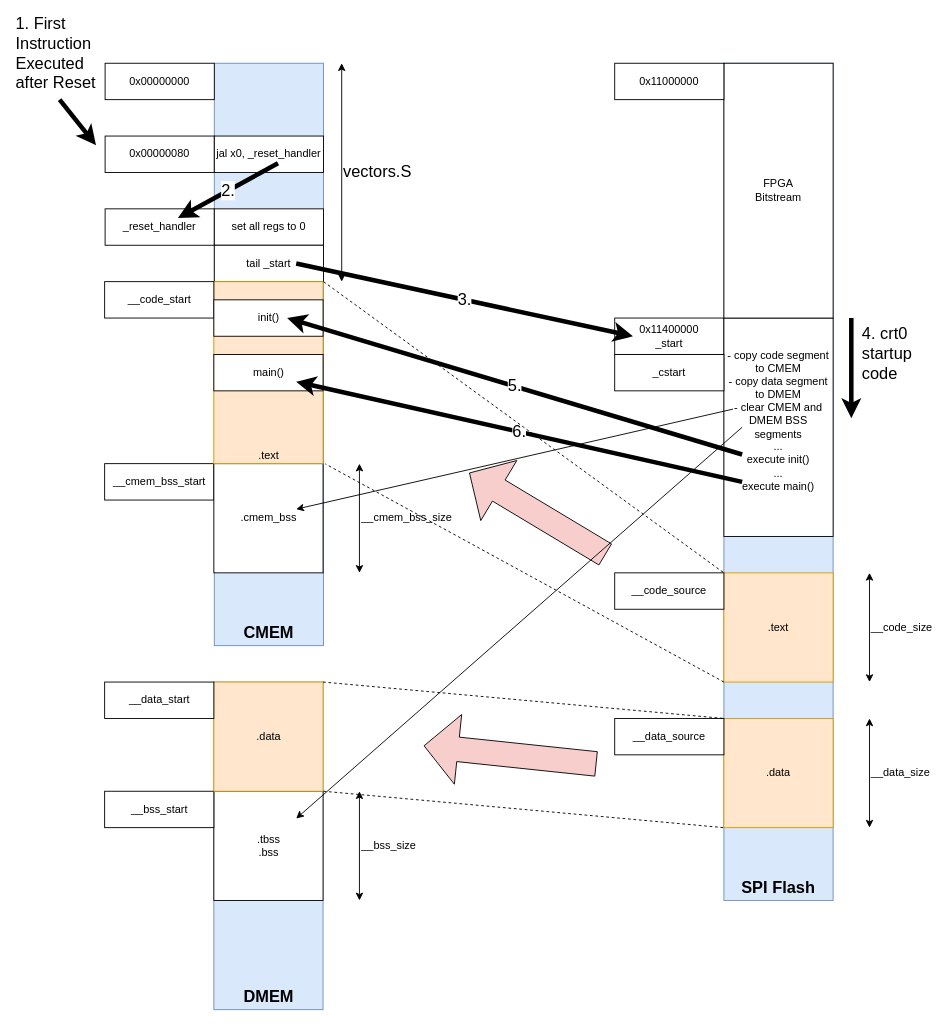
Before: docs/assets/spiflash_boot_sequence.drawio in epsilon537/boxlambda, a draw.io diagram. Source tidied: cells renumbered, new cells numbered last; positions are measured from the earlier drawing's top-left corner, leaving out a move shared by most shapes. Both pictures are drawn from the tidied source at 91%, with x=0, y=0 at pixel (59, 63).
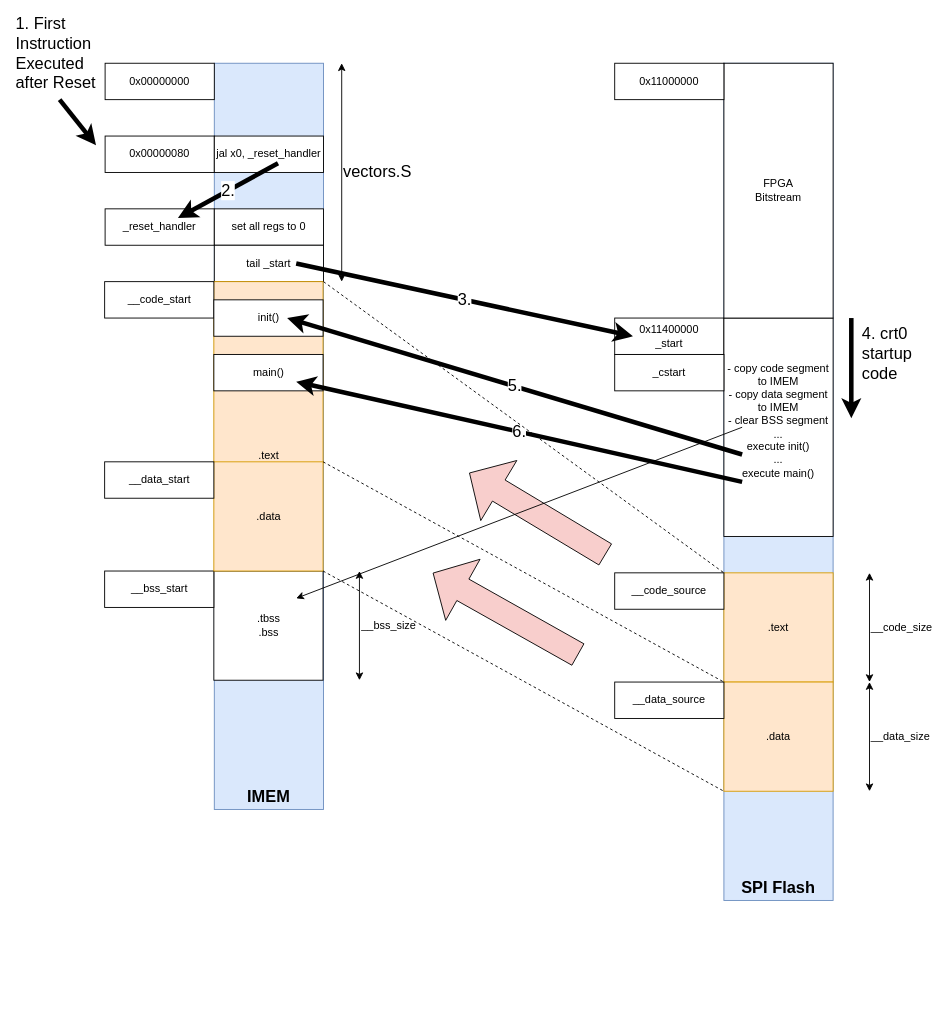
Above is the later version.

Unchanged cells that the change refers to:
```xml
<mxCell id="15" value=".text" style="rounded=0;whiteSpace=wrap;html=1;fillColor=#ffe6cc;strokeColor=#d79b00;" parent="1" vertex="1">
  <mxGeometry x="730" y="560" width="120" height="120" as="geometry" />
</mxCell>
```

What changed in the source:
```diff
@@
-    <mxCell id="3" value="&lt;b&gt;&lt;font style=&quot;font-size: 18px;&quot;&gt;CMEM&lt;/font&gt;&lt;/b&gt;" style="rounded=0;whiteSpace=wrap;html=1;verticalAlign=bottom;fillColor=#dae8fc;strokeColor=#6c8ebf;strokeWidth=1;perimeterSpacing=0;" parent="1" vertex="1">
-      <mxGeometry x="170" width="120" height="640" as="geometry" />
+    <mxCell id="3" value="&lt;b&gt;&lt;font style=&quot;font-size: 18px;&quot;&gt;IMEM&lt;/font&gt;&lt;/b&gt;" style="rounded=0;whiteSpace=wrap;html=1;verticalAlign=bottom;fillColor=#dae8fc;strokeColor=#6c8ebf;strokeWidth=1;perimeterSpacing=0;" parent="1" vertex="1">
+      <mxGeometry x="170" width="120" height="820" as="geometry" />
     </mxCell>
-    <mxCell id="4" value="&lt;font style=&quot;font-size: 18px;&quot;&gt;&lt;b&gt;DMEM&lt;/b&gt;&lt;/font&gt;" style="rounded=0;whiteSpace=wrap;html=1;fillColor=#dae8fc;strokeColor=#6c8ebf;verticalAlign=bottom;" parent="1" vertex="1">
-      <mxGeometry x="169.5" y="680" width="120" height="360" as="geometry" />
-    </mxCell>
@@
-    <mxCell id="13" value="&lt;div&gt;&lt;div&gt;- copy code segment to CMEM&lt;/div&gt;&lt;div&gt;- copy data segment to DMEM&lt;/div&gt;&lt;div&gt;- clear CMEM and DMEM BSS segments&lt;/div&gt;&lt;div&gt;...&lt;/div&gt;&lt;div&gt;execute init()&lt;/div&gt;&lt;div&gt;...&lt;/div&gt;&lt;div&gt;execute main()&lt;br&gt;&lt;div&gt;&lt;br&gt;&lt;/div&gt;&lt;/div&gt;&lt;/div&gt;" style="rounded=0;whiteSpace=wrap;html=1;" parent="1" vertex="1">
+    <mxCell id="13" value="&lt;div&gt;&lt;div&gt;- copy code segment to IMEM&lt;/div&gt;&lt;div&gt;- copy data segment to IMEM&lt;/div&gt;&lt;div&gt;- clear BSS segment&lt;/div&gt;&lt;div&gt;...&lt;/div&gt;&lt;div&gt;execute init()&lt;/div&gt;&lt;div&gt;...&lt;/div&gt;&lt;div&gt;execute main()&lt;br&gt;&lt;div&gt;&lt;br&gt;&lt;/div&gt;&lt;/div&gt;&lt;/div&gt;" style="rounded=0;whiteSpace=wrap;html=1;" parent="1" vertex="1">
       <mxGeometry x="730" y="280" width="120" height="240" as="geometry" />
     </mxCell>
@@
-    <mxCell id="18" value="__cmem_bss_start" style="rounded=0;whiteSpace=wrap;html=1;" parent="1" vertex="1">
-      <mxGeometry x="49.5" y="440" width="120" height="40" as="geometry" />
-    </mxCell>
-    <mxCell id="19" value=".cmem_bss" style="rounded=0;whiteSpace=wrap;html=1;" parent="1" vertex="1">
-      <mxGeometry x="169.5" y="440" width="120" height="120" as="geometry" />
-    </mxCell>
-    <mxCell id="20" value="__cmem_bss_size" style="endArrow=classic;startArrow=classic;html=1;rounded=0;fontSize=12;align=left;" parent="1" edge="1">
-      <mxGeometry relative="1" as="geometry">
-        <mxPoint x="329.5" y="560" as="sourcePoint" />
-        <mxPoint x="329.5" y="440" as="targetPoint" />
-      </mxGeometry>
-    </mxCell>
     <mxCell id="21" value=".data" style="rounded=0;whiteSpace=wrap;html=1;fillColor=#ffe6cc;strokeColor=#d79b00;" parent="1" vertex="1">
-      <mxGeometry x="730" y="720" width="120" height="120" as="geometry" />
+      <mxGeometry x="730" y="680" width="120" height="120" as="geometry" />
     </mxCell>
     <mxCell id="22" value="__data_source" style="rounded=0;whiteSpace=wrap;html=1;" parent="1" vertex="1">
-      <mxGeometry x="610" y="720" width="120" height="40" as="geometry" />
+      <mxGeometry x="610" y="680" width="120" height="40" as="geometry" />
     </mxCell>
     <mxCell id="23" value="__data_size" style="endArrow=classic;startArrow=classic;html=1;rounded=0;fontSize=12;align=left;" parent="1" edge="1">
       <mxGeometry relative="1" as="geometry">
-        <mxPoint x="890" y="840" as="sourcePoint" />
-        <mxPoint x="890" y="720" as="targetPoint" />
+        <mxPoint x="890" y="800" as="sourcePoint" />
+        <mxPoint x="890" y="680" as="targetPoint" />
       </mxGeometry>
     </mxCell>
     <mxCell id="24" value=".tbss&lt;div&gt;.bss&lt;/div&gt;" style="rounded=0;whiteSpace=wrap;html=1;" parent="1" vertex="1">
-      <mxGeometry x="169.5" y="800" width="120" height="120" as="geometry" />
+      <mxGeometry x="169.5" y="558" width="120" height="120" as="geometry" />
     </mxCell>
     <mxCell id="25" value="__bss_start" style="rounded=0;whiteSpace=wrap;html=1;" parent="1" vertex="1">
-      <mxGeometry x="49.5" y="800" width="120" height="40" as="geometry" />
+      <mxGeometry x="49.5" y="558" width="120" height="40" as="geometry" />
     </mxCell>
     <mxCell id="26" value="__bss_size" style="endArrow=classic;startArrow=classic;html=1;rounded=0;fontSize=12;align=left;" parent="1" edge="1">
       <mxGeometry relative="1" as="geometry">
-        <mxPoint x="329.5" y="920" as="sourcePoint" />
-        <mxPoint x="329.5" y="800" as="targetPoint" />
+        <mxPoint x="329.5" y="678" as="sourcePoint" />
+        <mxPoint x="329.5" y="558" as="targetPoint" />
       </mxGeometry>
     </mxCell>
@@
     <mxCell id="33" value=".data" style="rounded=0;whiteSpace=wrap;html=1;fillColor=#ffe6cc;strokeColor=#d79b00;" parent="1" vertex="1">
-      <mxGeometry x="169.5" y="680" width="120" height="120" as="geometry" />
+      <mxGeometry x="169.5" y="438" width="120" height="120" as="geometry" />
     </mxCell>
     <mxCell id="34" value="__data_start" style="rounded=0;whiteSpace=wrap;html=1;" parent="1" vertex="1">
-      <mxGeometry x="49.5" y="680" width="120" height="40" as="geometry" />
+      <mxGeometry x="49.5" y="438" width="120" height="40" as="geometry" />
     </mxCell>
@@
-    <mxCell id="41" style="endArrow=none;html=1;rounded=0;entryX=0;entryY=1;entryDx=0;entryDy=0;dashed=1;" parent="1" edge="1" target="21">
-      <mxGeometry relative="1" as="geometry">
-        <mxPoint x="290" y="800" as="sourcePoint" />
-      </mxGeometry>
+    <mxCell id="41" style="endArrow=none;html=1;rounded=0;entryX=0;entryY=1;entryDx=0;entryDy=0;dashed=1;exitX=1;exitY=1;exitDx=0;exitDy=0;" parent="1" edge="1" source="33" target="21">
+      <mxGeometry relative="1" as="geometry" />
     </mxCell>
@@
-    <mxCell id="43" style="endArrow=none;html=1;rounded=0;exitX=0;exitY=1;exitDx=0;exitDy=0;entryX=1.017;entryY=0.688;entryDx=0;entryDy=0;entryPerimeter=0;dashed=1;" parent="1" edge="1" source="15" target="3">
-      <mxGeometry relative="1" as="geometry" />
-    </mxCell>
-    <mxCell id="44" style="endArrow=classic;html=1;rounded=0;exitX=0.083;exitY=0.417;exitDx=0;exitDy=0;exitPerimeter=0;entryX=0.754;entryY=0.417;entryDx=0;entryDy=0;entryPerimeter=0;" parent="1" edge="1" source="13" target="19">
-      <mxGeometry relative="1" as="geometry" />
-    </mxCell>
@@
     <mxCell id="46" style="shape=flexArrow;endArrow=classic;html=1;rounded=0;endWidth=49;endSize=12.18;width=27;fillColor=#f8cecc;strokeColor=default;" parent="1" edge="1">
       <mxGeometry relative="1" as="geometry">
-        <mxPoint x="590" y="770" as="sourcePoint" />
-        <mxPoint x="400" y="750" as="targetPoint" />
+        <mxPoint x="570" y="650" as="sourcePoint" />
+        <mxPoint x="410" y="560" as="targetPoint" />
       </mxGeometry>
     </mxCell>
```
